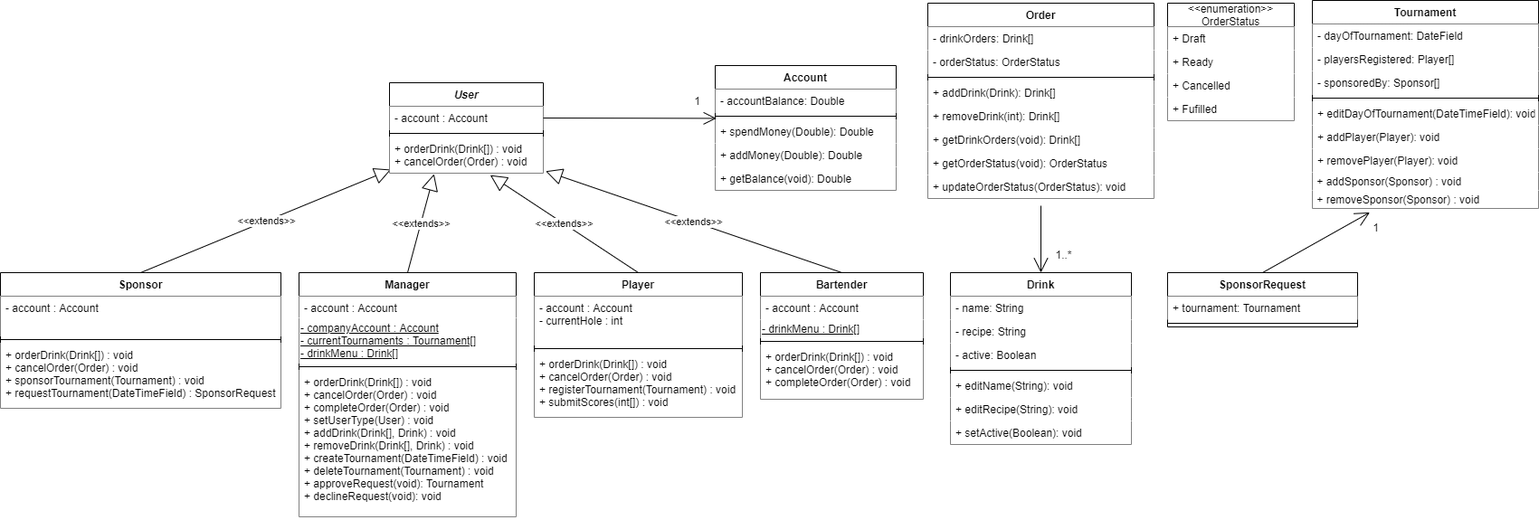
Before: docs/Class Diagram.png, a diagram exported from draw.io (bsponny/SipNChip). Source tidied: cells renumbered, new cells last; positions are measured from the earlier drawing's top-left corner, leaving out a move shared by most shapes.
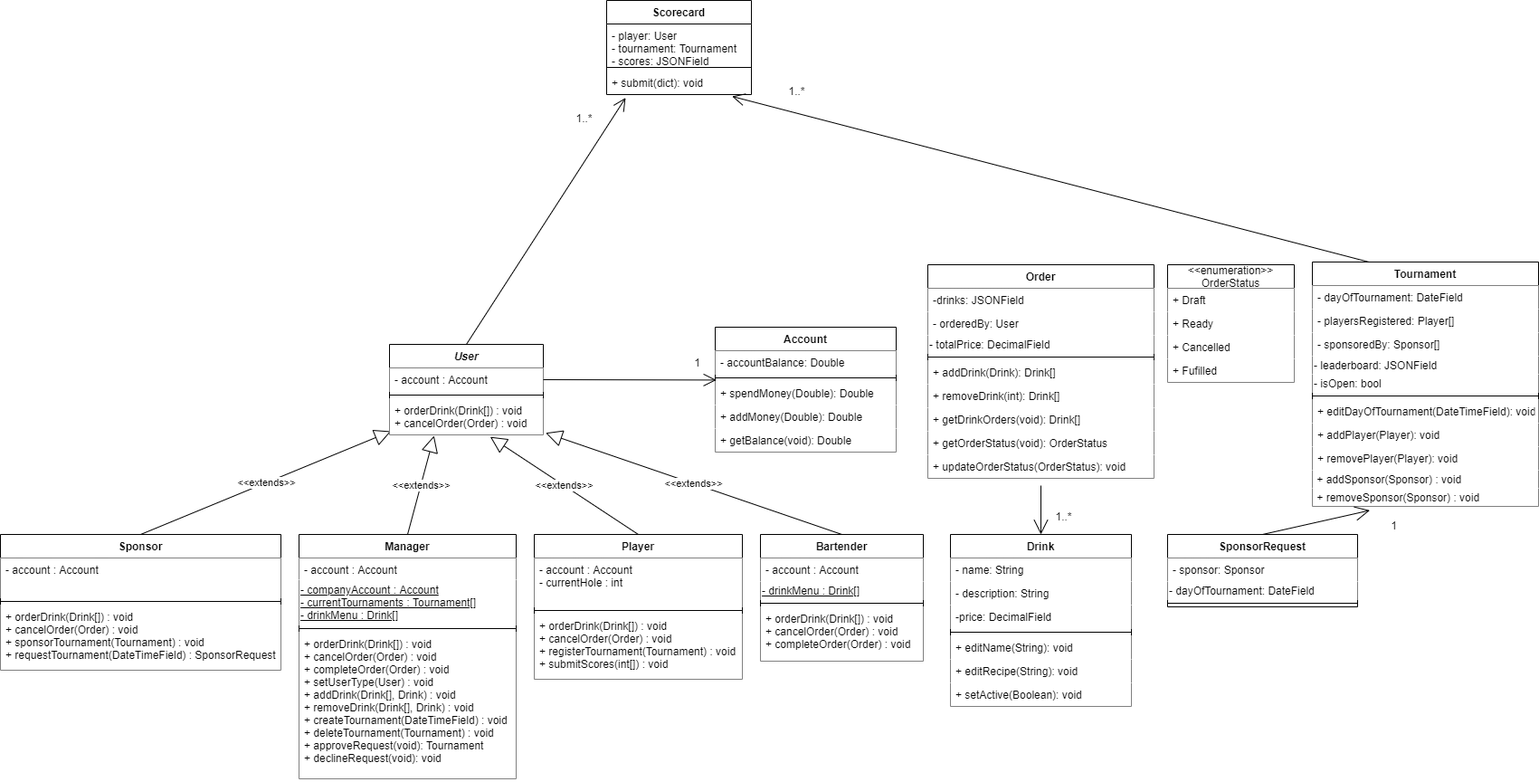
After the commit.

Commit message:
Updated class diagram to reflect changes

The edit, as a diff of the source:
```diff
@@ -99,7 +99,7 @@
       <mxGeometry y="112" width="200" height="26" as="geometry" />
     </mxCell>
     <mxCell id="34" value="Tournament" style="swimlane;fontStyle=1;align=center;verticalAlign=top;horizontal=1;startSize=26;fillColor=#FFFFFF;" parent="1" vertex="1">
-      <mxGeometry x="1450" width="250" height="230" as="geometry" />
+      <mxGeometry x="1450" width="250" height="270" as="geometry" />
     </mxCell>
     <mxCell id="35" value="- dayOfTournament: DateField" style="text;strokeColor=none;fillColor=#FFFFFF;align=left;verticalAlign=top;spacingLeft=4;spacingRight=4;overflow=hidden;" parent="34" vertex="1">
       <mxGeometry y="26" width="250" height="26" as="geometry" />
@@ -110,23 +110,29 @@
     <mxCell id="37" value="- sponsoredBy: Sponsor[]" style="text;strokeColor=none;fillColor=#FFFFFF;align=left;verticalAlign=top;spacingLeft=4;spacingRight=4;overflow=hidden;" parent="34" vertex="1">
       <mxGeometry y="78" width="250" height="26" as="geometry" />
     </mxCell>
+    <mxCell id="75" value="- leaderboard: JSONField" style="text;html=1;align=left;verticalAlign=middle;strokeColor=none;fillColor=#FFFFFF;" parent="34" vertex="1">
+      <mxGeometry y="104" width="250" height="20" as="geometry" />
+    </mxCell>
+    <mxCell id="76" value="- isOpen: bool" style="text;html=1;align=left;verticalAlign=middle;strokeColor=none;fillColor=#FFFFFF;" parent="34" vertex="1">
+      <mxGeometry y="124" width="250" height="20" as="geometry" />
+    </mxCell>
     <mxCell id="38" style="line;strokeWidth=1;fillColor=#FFFFFF;align=left;verticalAlign=middle;spacingTop=-1;spacingLeft=3;spacingRight=3;labelPosition=right;" parent="34" vertex="1">
-      <mxGeometry y="104" width="250" height="8" as="geometry" />
+      <mxGeometry y="144" width="250" height="8" as="geometry" />
     </mxCell>
     <mxCell id="39" value="+ editDayOfTournament(DateTimeField): void" style="text;strokeColor=none;fillColor=#FFFFFF;align=left;verticalAlign=top;spacingLeft=4;spacingRight=4;overflow=hidden;" parent="34" vertex="1">
-      <mxGeometry y="112" width="250" height="26" as="geometry" />
+      <mxGeometry y="152" width="250" height="26" as="geometry" />
     </mxCell>
     <mxCell id="40" value="+ addPlayer(Player): void" style="text;strokeColor=none;fillColor=#FFFFFF;align=left;verticalAlign=top;spacingLeft=4;spacingRight=4;overflow=hidden;" parent="34" vertex="1">
-      <mxGeometry y="138" width="250" height="26" as="geometry" />
+      <mxGeometry y="178" width="250" height="26" as="geometry" />
     </mxCell>
     <mxCell id="41" value="+ removePlayer(Player): void" style="text;strokeColor=none;fillColor=#FFFFFF;align=left;verticalAlign=top;spacingLeft=4;spacingRight=4;overflow=hidden;" parent="34" vertex="1">
-      <mxGeometry y="164" width="250" height="26" as="geometry" />
+      <mxGeometry y="204" width="250" height="26" as="geometry" />
     </mxCell>
     <mxCell id="42" value="&amp;nbsp;+ addSponsor(Sponsor) : void" style="text;html=1;align=left;verticalAlign=middle;strokeColor=none;fillColor=#FFFFFF;" parent="34" vertex="1">
-      <mxGeometry y="190" width="250" height="20" as="geometry" />
+      <mxGeometry y="230" width="250" height="20" as="geometry" />
     </mxCell>
     <mxCell id="43" value="&amp;nbsp;+ removeSponsor(Sponsor) : void" style="text;html=1;align=left;verticalAlign=middle;points=[];strokeColor=none;fillColor=#FFFFFF;" parent="34" vertex="1">
-      <mxGeometry y="210" width="250" height="20" as="geometry" />
+      <mxGeometry y="250" width="250" height="20" as="geometry" />
     </mxCell>
     <mxCell id="44" value="Drink" style="swimlane;fontStyle=1;align=center;verticalAlign=top;horizontal=1;startSize=26;fillColor=#FFFFFF;" parent="1" vertex="1">
       <mxGeometry x="1050" y="301" width="200" height="190" as="geometry" />
@@ -134,10 +140,10 @@
     <mxCell id="45" value="- name: String" style="text;strokeColor=none;fillColor=#FFFFFF;align=left;verticalAlign=top;spacingLeft=4;spacingRight=4;overflow=hidden;" parent="44" vertex="1">
       <mxGeometry y="26" width="200" height="26" as="geometry" />
     </mxCell>
-    <mxCell id="46" value="- recipe: String" style="text;strokeColor=none;fillColor=#FFFFFF;align=left;verticalAlign=top;spacingLeft=4;spacingRight=4;overflow=hidden;" parent="44" vertex="1">
+    <mxCell id="46" value="- description: String" style="text;strokeColor=none;fillColor=#FFFFFF;align=left;verticalAlign=top;spacingLeft=4;spacingRight=4;overflow=hidden;" parent="44" vertex="1">
       <mxGeometry y="52" width="200" height="26" as="geometry" />
     </mxCell>
-    <mxCell id="47" value="- active: Boolean" style="text;strokeColor=none;fillColor=#FFFFFF;align=left;verticalAlign=top;spacingLeft=4;spacingRight=4;overflow=hidden;" parent="44" vertex="1">
+    <mxCell id="47" value="-price: DecimalField" style="text;strokeColor=none;fillColor=#FFFFFF;align=left;verticalAlign=top;spacingLeft=4;spacingRight=4;overflow=hidden;" parent="44" vertex="1">
       <mxGeometry y="78" width="200" height="26" as="geometry" />
     </mxCell>
     <mxCell id="48" style="line;strokeWidth=1;fillColor=#FFFFFF;align=left;verticalAlign=middle;spacingTop=-1;spacingLeft=3;spacingRight=3;labelPosition=right;" parent="44" vertex="1">
@@ -156,31 +162,34 @@
       <mxGeometry relative="1" as="geometry" />
     </mxCell>
     <mxCell id="53" value="Order" style="swimlane;fontStyle=1;align=center;verticalAlign=top;horizontal=1;startSize=26;fillColor=#FFFFFF;" parent="1" vertex="1">
-      <mxGeometry x="1025" y="3" width="250" height="216" as="geometry" />
+      <mxGeometry x="1025" y="3" width="250" height="236" as="geometry" />
     </mxCell>
-    <mxCell id="54" value="- drinkOrders: Drink[]" style="text;strokeColor=none;fillColor=#FFFFFF;align=left;verticalAlign=top;spacingLeft=4;spacingRight=4;overflow=hidden;" parent="53" vertex="1">
+    <mxCell id="54" value="-drinks: JSONField" style="text;strokeColor=none;fillColor=#FFFFFF;align=left;verticalAlign=top;spacingLeft=4;spacingRight=4;overflow=hidden;" parent="53" vertex="1">
       <mxGeometry y="26" width="250" height="26" as="geometry" />
     </mxCell>
-    <mxCell id="55" value="- orderStatus: OrderStatus" style="text;strokeColor=none;fillColor=#FFFFFF;align=left;verticalAlign=top;spacingLeft=4;spacingRight=4;overflow=hidden;" parent="53" vertex="1">
+    <mxCell id="55" value="- orderedBy: User" style="text;strokeColor=none;fillColor=#FFFFFF;align=left;verticalAlign=top;spacingLeft=4;spacingRight=4;overflow=hidden;" parent="53" vertex="1">
       <mxGeometry y="52" width="250" height="26" as="geometry" />
     </mxCell>
+    <mxCell id="77" value="- totalPrice: DecimalField" style="text;html=1;align=left;verticalAlign=middle;strokeColor=none;fillColor=#FFFFFF;" parent="53" vertex="1">
+      <mxGeometry y="78" width="250" height="20" as="geometry" />
+    </mxCell>
     <mxCell id="56" style="line;strokeWidth=1;fillColor=#FFFFFF;align=left;verticalAlign=middle;spacingTop=-1;spacingLeft=3;spacingRight=3;labelPosition=right;" parent="53" vertex="1">
-      <mxGeometry y="78" width="250" height="8" as="geometry" />
+      <mxGeometry y="98" width="250" height="8" as="geometry" />
     </mxCell>
     <mxCell id="57" value="+ addDrink(Drink): Drink[]" style="text;strokeColor=none;fillColor=#FFFFFF;align=left;verticalAlign=top;spacingLeft=4;spacingRight=4;overflow=hidden;" parent="53" vertex="1">
-      <mxGeometry y="86" width="250" height="26" as="geometry" />
+      <mxGeometry y="106" width="250" height="26" as="geometry" />
     </mxCell>
     <mxCell id="58" value="+ removeDrink(int): Drink[]" style="text;strokeColor=none;fillColor=#FFFFFF;align=left;verticalAlign=top;spacingLeft=4;spacingRight=4;overflow=hidden;" parent="53" vertex="1">
-      <mxGeometry y="112" width="250" height="26" as="geometry" />
+      <mxGeometry y="132" width="250" height="26" as="geometry" />
     </mxCell>
     <mxCell id="59" value="+ getDrinkOrders(void): Drink[]" style="text;strokeColor=none;fillColor=#FFFFFF;align=left;verticalAlign=top;spacingLeft=4;spacingRight=4;overflow=hidden;" parent="53" vertex="1">
-      <mxGeometry y="138" width="250" height="26" as="geometry" />
+      <mxGeometry y="158" width="250" height="26" as="geometry" />
     </mxCell>
     <mxCell id="60" value="+ getOrderStatus(void): OrderStatus" style="text;strokeColor=none;fillColor=#FFFFFF;align=left;verticalAlign=top;spacingLeft=4;spacingRight=4;overflow=hidden;" parent="53" vertex="1">
-      <mxGeometry y="164" width="250" height="26" as="geometry" />
+      <mxGeometry y="184" width="250" height="26" as="geometry" />
     </mxCell>
     <mxCell id="61" value="+ updateOrderStatus(OrderStatus): void" style="text;strokeColor=none;fillColor=#FFFFFF;align=left;verticalAlign=top;spacingLeft=4;spacingRight=4;overflow=hidden;points=[[0,0.5],[1,0.5]];portConstraint=eastwest;" parent="53" vertex="1">
-      <mxGeometry y="190" width="250" height="26" as="geometry" />
+      <mxGeometry y="210" width="250" height="26" as="geometry" />
     </mxCell>
     <mxCell id="62" value="&lt;&lt;enumeration&gt;&gt;&#10;OrderStatus" style="swimlane;fontStyle=0;horizontal=1;startSize=26;fillColor=#FFFFFF;" parent="1" vertex="1">
       <mxGeometry x="1290" y="3" width="140" height="130" as="geometry" />
@@ -201,13 +210,16 @@
       <mxGeometry relative="1" as="geometry" />
     </mxCell>
     <mxCell id="68" value="SponsorRequest" style="swimlane;fontStyle=1;align=center;verticalAlign=top;horizontal=1;startSize=26;fillColor=#FFFFFF;" parent="1" vertex="1">
-      <mxGeometry x="1290" y="301" width="210" height="60" as="geometry" />
+      <mxGeometry x="1290" y="301" width="210" height="80" as="geometry" />
     </mxCell>
-    <mxCell id="69" value="+ tournament: Tournament" style="text;strokeColor=none;fillColor=#FFFFFF;align=left;verticalAlign=top;spacingLeft=4;spacingRight=4;overflow=hidden;" parent="68" vertex="1">
+    <mxCell id="69" value="- sponsor: Sponsor&#10;" style="text;strokeColor=none;fillColor=#FFFFFF;align=left;verticalAlign=top;spacingLeft=4;spacingRight=4;overflow=hidden;" parent="68" vertex="1">
       <mxGeometry y="26" width="210" height="26" as="geometry" />
     </mxCell>
+    <mxCell id="78" value="- dayOfTournament: DateField" style="text;html=1;align=left;verticalAlign=middle;strokeColor=none;fillColor=#FFFFFF;" parent="68" vertex="1">
+      <mxGeometry y="52" width="210" height="20" as="geometry" />
+    </mxCell>
     <mxCell id="70" style="line;strokeWidth=1;fillColor=#FFFFFF;align=left;verticalAlign=middle;spacingTop=-1;spacingLeft=3;spacingRight=3;labelPosition=right;" parent="68" vertex="1">
-      <mxGeometry y="52" width="210" height="8" as="geometry" />
+      <mxGeometry y="72" width="210" height="8" as="geometry" />
     </mxCell>
     <mxCell id="71" style="endArrow=open;endFill=1;endSize=12;html=1;exitX=1;exitY=0.5;exitDx=0;exitDy=0;entryX=0.006;entryY=0.8;entryDx=0;entryDy=0;entryPerimeter=0;fillColor=#FFFFFF;" parent="1" edge="1" source="7" target="30">
       <mxGeometry relative="1" as="geometry" />
@@ -216,10 +228,34 @@
       <mxGeometry x="760" y="101" width="20" height="20" as="geometry" />
     </mxCell>
     <mxCell id="73" value="1" style="text;html=1;align=center;verticalAlign=middle;strokeColor=none;fillColor=#FFFFFF;" parent="1" vertex="1">
-      <mxGeometry x="1510" y="241" width="20" height="20" as="geometry" />
+      <mxGeometry x="1530" y="281" width="20" height="20" as="geometry" />
     </mxCell>
     <mxCell id="74" value="1..*" style="text;html=1;align=center;verticalAlign=middle;strokeColor=none;fillColor=#FFFFFF;" parent="1" vertex="1">
       <mxGeometry x="1160" y="271" width="30" height="20" as="geometry" />
     </mxCell>
+    <mxCell id="79" value="Scorecard" style="swimlane;fontStyle=1;align=center;verticalAlign=top;horizontal=1;startSize=26;fillColor=#FFFFFF;" parent="1" vertex="1">
+      <mxGeometry x="670" y="-289" width="160" height="104" as="geometry" />
+    </mxCell>
+    <mxCell id="80" value="- player: User&#10;- tournament: Tournament&#10;- scores: JSONField" style="text;strokeColor=none;fillColor=none;align=left;verticalAlign=top;spacingLeft=4;spacingRight=4;overflow=hidden;" parent="79" vertex="1">
+      <mxGeometry y="26" width="160" height="44" as="geometry" />
+    </mxCell>
+    <mxCell id="81" style="line;strokeWidth=1;fillColor=none;align=left;verticalAlign=middle;spacingTop=-1;spacingLeft=3;spacingRight=3;labelPosition=right;" parent="79" vertex="1">
+      <mxGeometry y="70" width="160" height="8" as="geometry" />
+    </mxCell>
+    <mxCell id="82" value="+ submit(dict): void" style="text;strokeColor=none;fillColor=none;align=left;verticalAlign=top;spacingLeft=4;spacingRight=4;overflow=hidden;points=[[0,0.5],[1,0.5]];portConstraint=eastwest;" parent="79" vertex="1">
+      <mxGeometry y="78" width="160" height="26" as="geometry" />
+    </mxCell>
+    <mxCell id="83" style="endArrow=open;endFill=1;endSize=12;html=1;rounded=0;exitX=0.5;exitY=0;exitDx=0;exitDy=0;entryX=0.131;entryY=1.138;entryDx=0;entryDy=0;entryPerimeter=0;" parent="1" edge="1" source="6" target="82">
+      <mxGeometry relative="1" as="geometry" />
+    </mxCell>
+    <mxCell id="84" style="endArrow=open;endFill=1;endSize=12;html=1;rounded=0;exitX=0.25;exitY=0;exitDx=0;exitDy=0;entryX=0.866;entryY=1.077;entryDx=0;entryDy=0;entryPerimeter=0;" parent="1" edge="1" source="34" target="82">
+      <mxGeometry relative="1" as="geometry" />
+    </mxCell>
+    <mxCell id="85" value="1..*" style="text;html=1;align=center;verticalAlign=middle;strokeColor=none;fillColor=none;" parent="1" vertex="1">
+      <mxGeometry x="865" y="-199" width="30" height="20" as="geometry" />
+    </mxCell>
+    <mxCell id="86" value="1..*" style="text;html=1;align=center;verticalAlign=middle;strokeColor=none;fillColor=none;" parent="1" vertex="1">
+      <mxGeometry x="630" y="-169" width="30" height="20" as="geometry" />
+    </mxCell>
   </root>
 </mxGraphModel>
```
